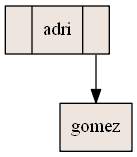
This is ArbolBinario.png from AdriGomez95/EDD_1S2020_PY1_201504236-master, a Graphviz export, as it was before one commit. Its source is kept beside it as ArbolBinario.dot.
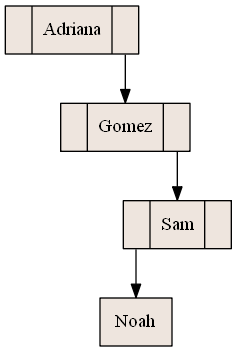
Later version of the same file.

What changed in the source:
```diff
@@ -1,7 +1,11 @@
 digraph ArbolAVL{
  rankdir=TB;
  node [shape = record, style=filled, fillcolor=seashell2];
-nodo0 [ label ="<C0>|adri|<C1>"];
-nodo1 [ label ="gomez"];
+nodo0 [ label ="<C0>|Adriana|<C1>"];
+nodo1 [ label ="<C0>|Gomez|<C1>"];
+nodo2 [ label ="<C0>|Sam|<C1>"];
+nodo3 [ label ="Noah"];
+nodo2:C0->nodo3
+nodo1:C1->nodo2
 nodo0:C1->nodo1
 }
```
